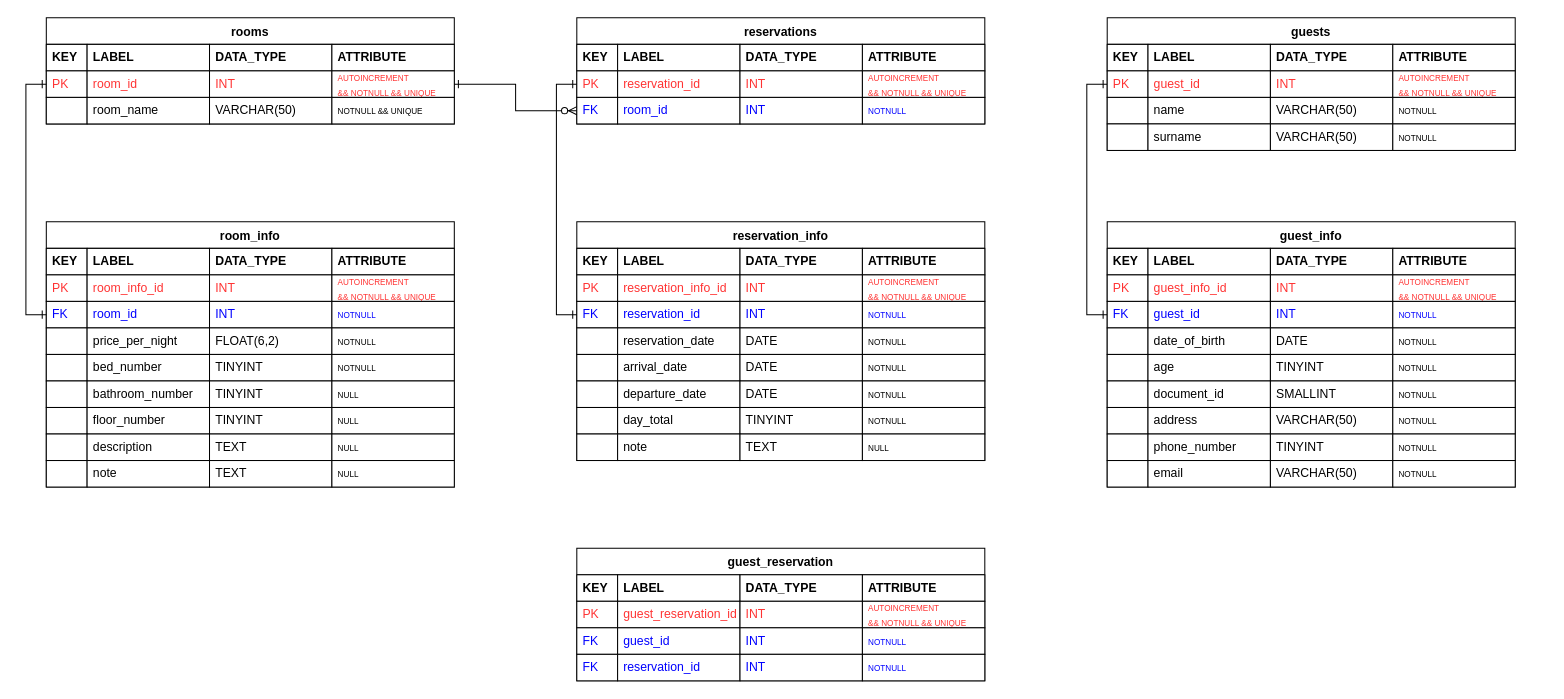
Earlier version of the draw.io diagram page "Page-1" (1 of 2) of db-hotel.drawio (ailequal/db-hotel). Source tidied: cells renumbered, new cells numbered last; positions are measured from the earlier drawing's top-left corner, leaving out a move shared by most shapes. Both pictures are drawn from the tidied source at 102%, with x=0, y=0 at pixel (46, 17).
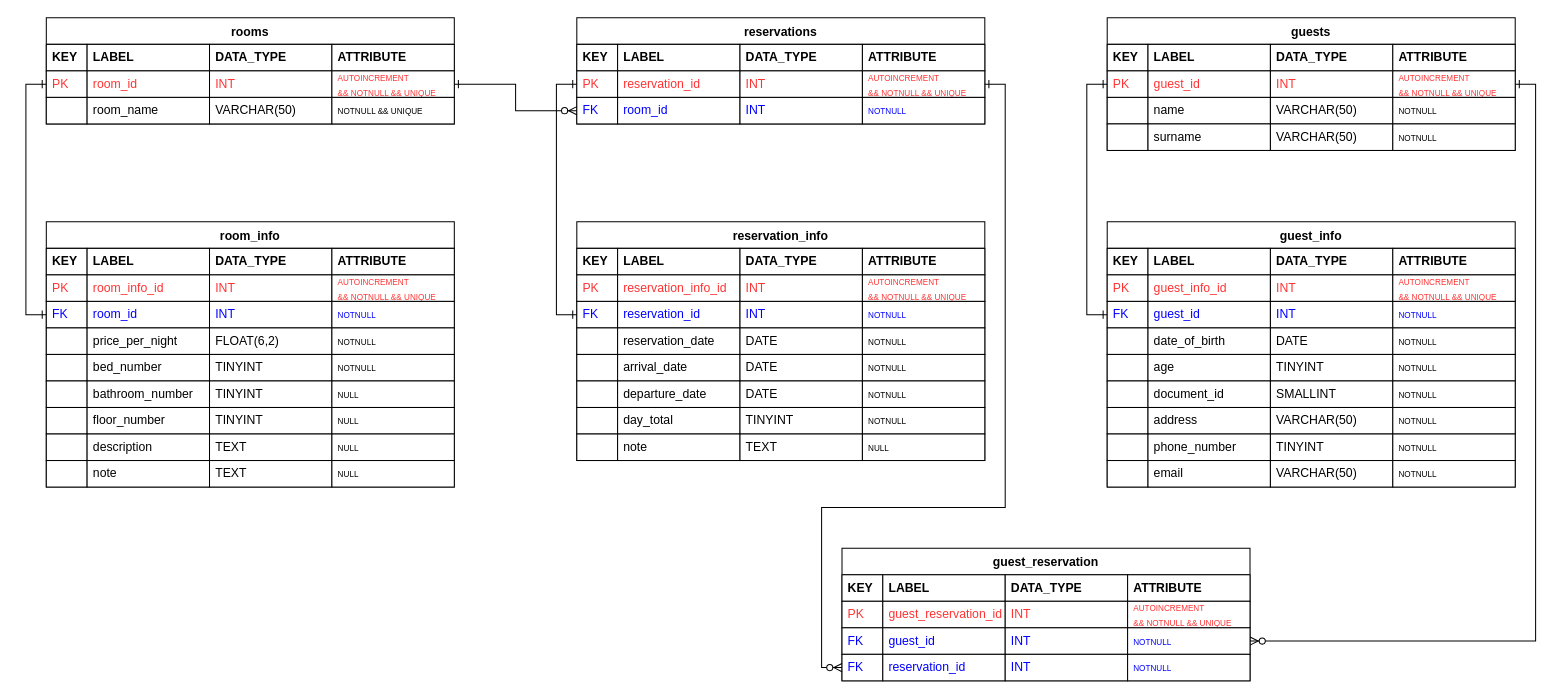
The same diagram, later.

Unchanged cells that the change refers to:
```xml
<mxCell id="75" value="&lt;font style=&quot;font-size: 8px&quot;&gt;&lt;span style=&quot;&quot;&gt;AUTOINCREMENT &amp;amp;&amp;amp;&amp;nbsp;&lt;/span&gt;&lt;font style=&quot;font-size: 8px&quot;&gt;NOTNULL &amp;amp;&amp;amp; UNIQUE&lt;/font&gt;&lt;/font&gt;" style="whiteSpace=wrap;html=1;shadow=0;strokeColor=#000000;fontColor=#FF3333;fillColor=#ffffff;align=left;spacingLeft=4;spacing=2;" parent="71" vertex="1">
  <mxGeometry x="280" width="120" height="26" as="geometry" />
</mxCell>
<mxCell id="124" value="guests" style="swimlane;fontStyle=1;horizontal=1;startSize=26;rounded=0;shadow=0;strokeWidth=1;" parent="1" vertex="1">
  <mxGeometry x="1040" width="400" height="130" as="geometry" />
</mxCell>
<mxCell id="206" value="&lt;font style=&quot;font-size: 8px&quot;&gt;&lt;font style=&quot;font-size: 8px&quot;&gt;NOTNULL&lt;/font&gt;&lt;/font&gt;" style="whiteSpace=wrap;html=1;shadow=0;strokeColor=#000000;fontColor=#0000FF;fillColor=#ffffff;align=left;spacingLeft=4;" parent="202" vertex="1">
  <mxGeometry x="280" width="120" height="26" as="geometry" />
</mxCell>
<mxCell id="208" value="&lt;font&gt;FK&lt;/font&gt;" style="whiteSpace=wrap;html=1;shadow=0;strokeColor=#000000;fontColor=#0000FF;fillColor=#ffffff;align=left;spacingLeft=4;" parent="207" vertex="1">
  <mxGeometry width="40" height="26" as="geometry" />
</mxCell>
```

Change to the diagram source:
```diff
@@
+    <mxCell id="213" style="edgeStyle=orthogonalEdgeStyle;rounded=0;jettySize=auto;html=1;exitX=1;exitY=0.5;exitDx=0;exitDy=0;entryX=1;entryY=0.5;entryDx=0;entryDy=0;startArrow=ERone;startFill=0;endArrow=ERzeroToMany;endFill=1;fontColor=#0000FF;" parent="1" edge="1" source="124" target="206">
+      <mxGeometry relative="1" as="geometry" />
+    </mxCell>
@@
     <mxCell id="191" value="guest_reservation" style="swimlane;fontStyle=1;horizontal=1;startSize=26;rounded=0;shadow=0;strokeWidth=1;" parent="1" vertex="1">
-      <mxGeometry x="520" y="520" width="400" height="130" as="geometry" />
+      <mxGeometry x="780" y="520" width="400" height="130" as="geometry" />
     </mxCell>
@@
+    <mxCell id="214" style="edgeStyle=orthogonalEdgeStyle;rounded=0;jettySize=auto;html=1;exitX=1;exitY=0.5;exitDx=0;exitDy=0;entryX=0;entryY=0.5;entryDx=0;entryDy=0;startArrow=ERone;startFill=0;endArrow=ERzeroToMany;endFill=1;fontColor=#0000FF;" parent="1" edge="1" source="75" target="208">
+      <mxGeometry relative="1" as="geometry">
+        <Array as="points">
+          <mxPoint x="940" y="65" />
+          <mxPoint x="940" y="480" />
+          <mxPoint x="760" y="480" />
+          <mxPoint x="760" y="637" />
+        </Array>
+      </mxGeometry>
+    </mxCell>
```
